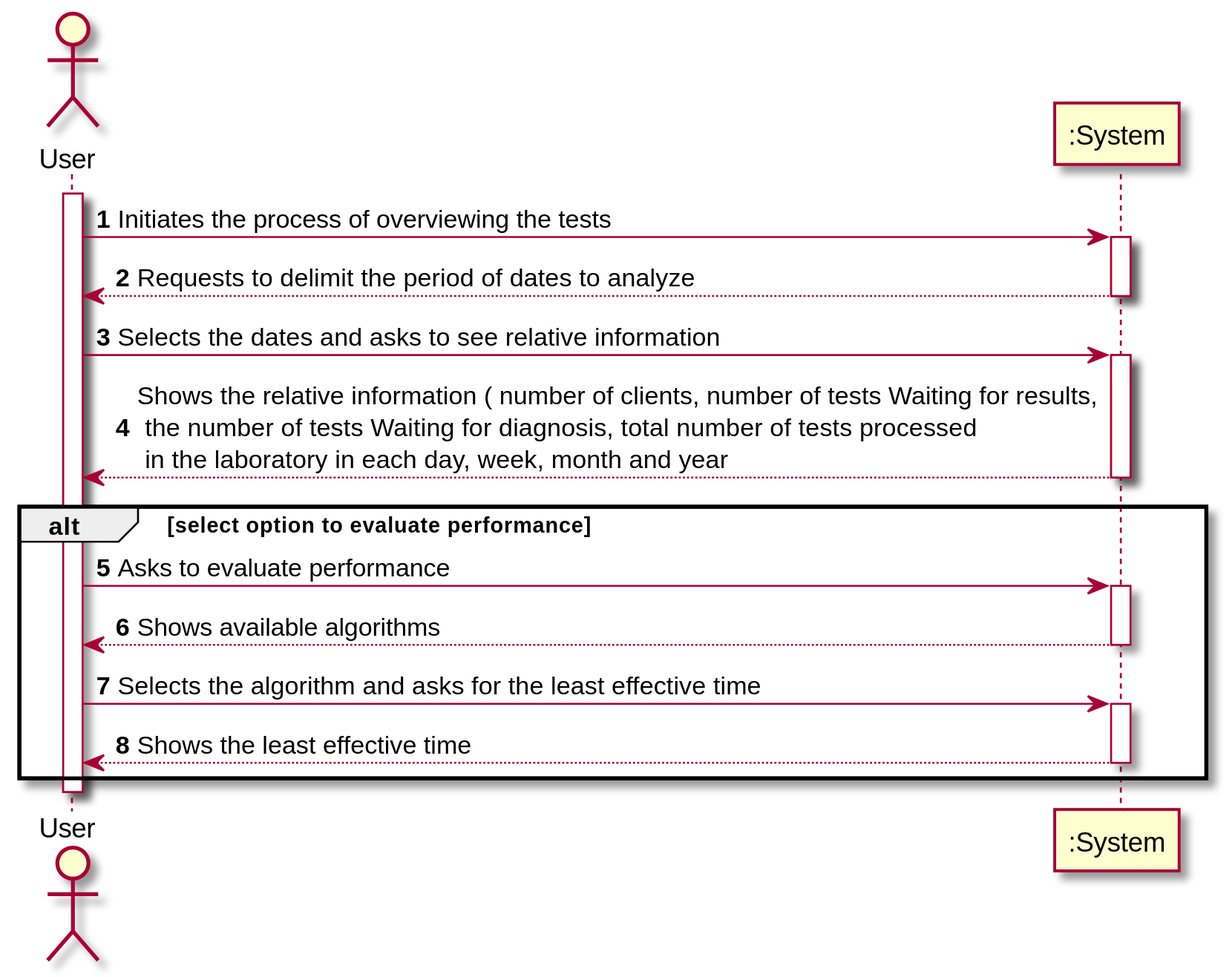
This is docs/SprintD/US16/US16_SSD.svg from manu-07-ela/LAPR2_ISEP, a PlantUML export, as it was before one commit.
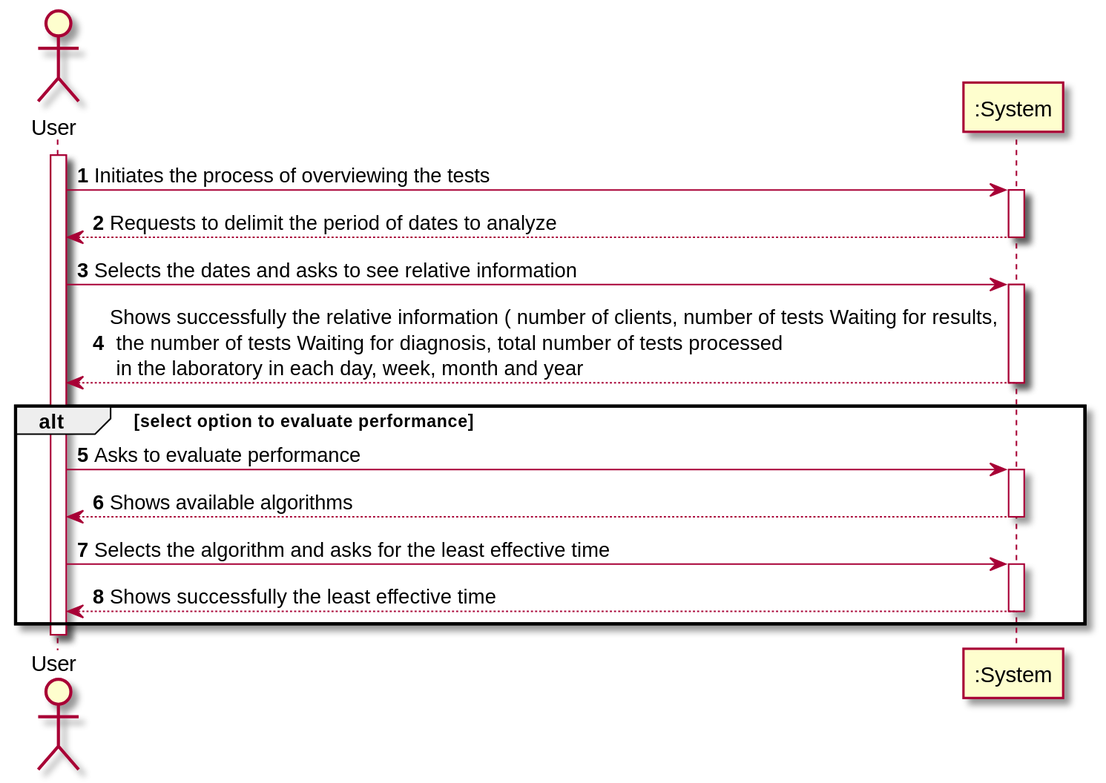
After the commit.

What changed in the source:
```diff
@@ -12,7 +12,7 @@
 User -> ":System" : Selects the dates and asks to see relative information
 activate ":System"
 
-":System" --> User : Shows the relative information ( number of clients, number of tests Waiting for results,\n the number of tests Waiting for diagnosis, total number of tests processed \n in the laboratory in each day, week, month and year
+":System" --> User : Shows successfully the relative information ( number of clients, number of tests Waiting for results,\n the number of tests Waiting for diagnosis, total number of tests processed \n in the laboratory in each day, week, month and year
 deactivate ":System"
 alt select option to evaluate performance
 User -> ":System" : Asks to evaluate performance
@@ -22,7 +22,7 @@
 
 User -> ":System" : Selects the algorithm and asks for the least effective time
 activate ":System"
-":System" --> User : Shows the least effective time
+":System" --> User : Shows successfully the least effective time
 deactivate ":System"
 end
 deactivate User
```
